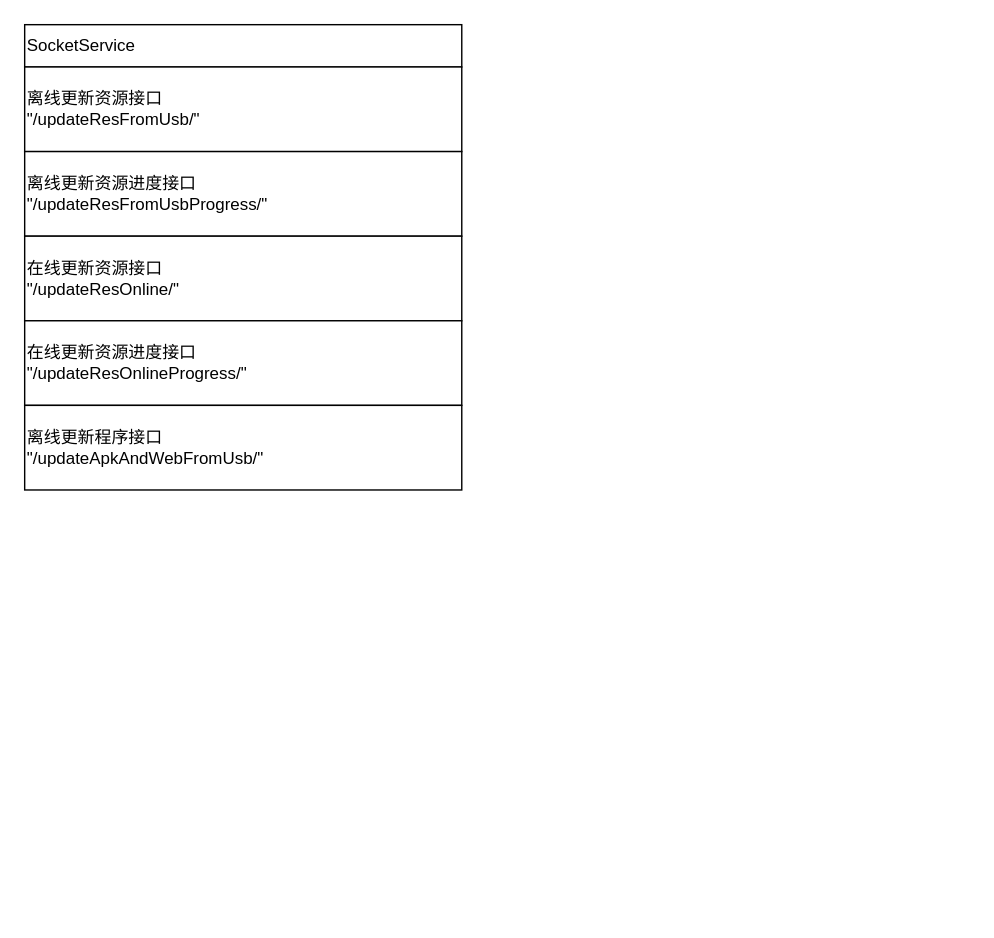
Earlier version of the draw.io diagram zyb-update.drawio (caozhongqin/diagrams.net). Source tidied: cells renumbered, new cells numbered last; positions are measured from the earlier drawing's top-left corner, leaving out a move shared by most shapes. Both pictures are drawn from the tidied source at 141%, with x=0, y=0 at pixel (24, 24).
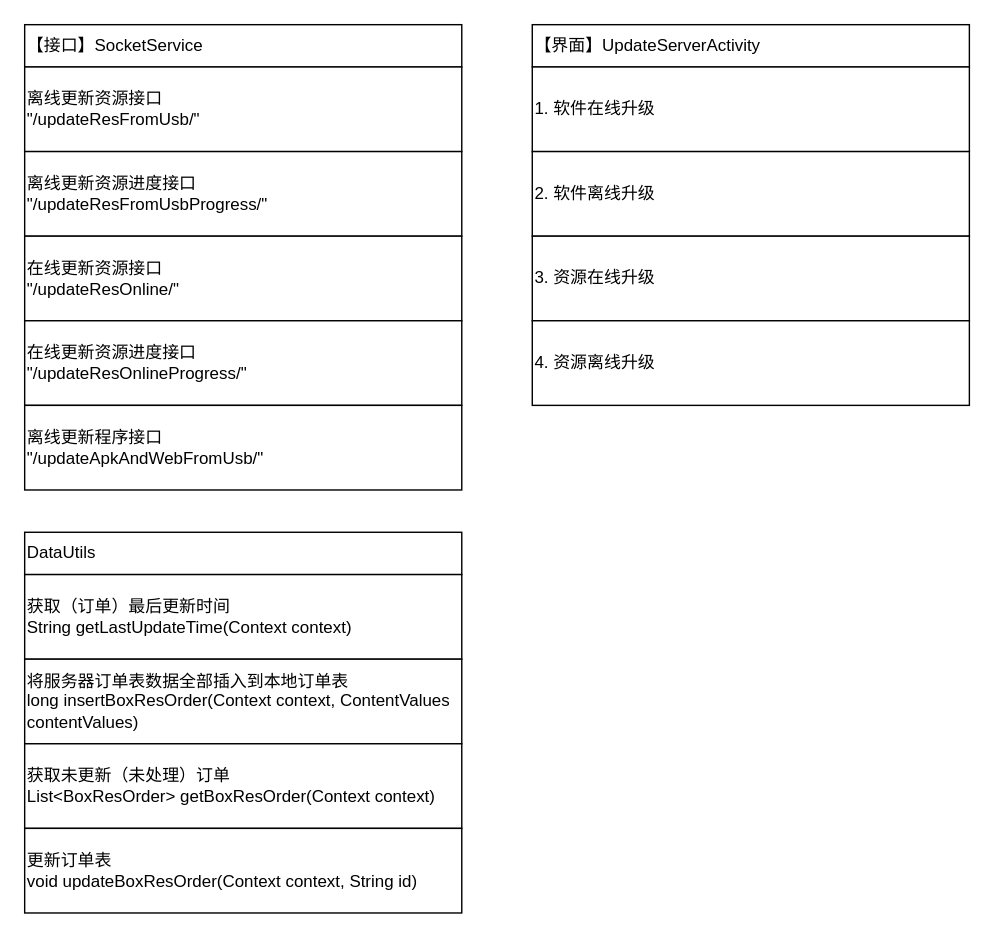
After the change.

Unchanged cells that the change refers to:
```xml
<mxCell id="2" style="group;" parent="1" vertex="1">
  <mxGeometry width="310" height="330" as="geometry" />
</mxCell>
```

Change to the diagram source:
```diff
@@
-    <mxCell id="3" value="SocketService" style="rounded=0;whiteSpace=wrap;html=1;align=left;" parent="2" vertex="1">
+    <mxCell id="3" value="【接口】SocketService" style="rounded=0;whiteSpace=wrap;html=1;align=left;" parent="2" vertex="1">
       <mxGeometry width="310" height="30" as="geometry" />
     </mxCell>
@@
+    <mxCell id="9" style="group;" parent="1" vertex="1">
+      <mxGeometry y="360" width="310" height="270" as="geometry" />
+    </mxCell>
+    <mxCell id="10" value="DataUtils" style="rounded=0;whiteSpace=wrap;html=1;align=left;" parent="9" vertex="1">
+      <mxGeometry width="310" height="30" as="geometry" />
+    </mxCell>
+    <mxCell id="11" value="获取（订单）最后更新时间&lt;br&gt;String getLastUpdateTime(Context context)" style="rounded=0;whiteSpace=wrap;html=1;align=left;" parent="9" vertex="1">
+      <mxGeometry y="30" width="310" height="60" as="geometry" />
+    </mxCell>
+    <mxCell id="12" value="将服务器订单表数据全部插入到本地订单表&lt;br&gt;long insertBoxResOrder(Context context, ContentValues contentValues)" style="rounded=0;whiteSpace=wrap;html=1;align=left;" parent="9" vertex="1">
+      <mxGeometry y="90" width="310" height="60" as="geometry" />
+    </mxCell>
+    <mxCell id="13" value="获取未更新（未处理）订单&lt;br&gt;List&amp;lt;BoxResOrder&amp;gt; getBoxResOrder(Context context)" style="rounded=0;whiteSpace=wrap;html=1;align=left;" parent="9" vertex="1">
+      <mxGeometry y="150" width="310" height="60" as="geometry" />
+    </mxCell>
+    <mxCell id="14" value="更新订单表&lt;br&gt;void updateBoxResOrder(Context context, String id)" style="rounded=0;whiteSpace=wrap;html=1;align=left;" parent="9" vertex="1">
+      <mxGeometry y="210" width="310" height="60" as="geometry" />
+    </mxCell>
+    <mxCell id="15" style="group;" parent="1" vertex="1">
+      <mxGeometry x="360" width="310" height="270" as="geometry" />
+    </mxCell>
+    <mxCell id="16" value="【界面】UpdateServerActivity" style="rounded=0;whiteSpace=wrap;html=1;align=left;" parent="15" vertex="1">
+      <mxGeometry width="310" height="30" as="geometry" />
+    </mxCell>
+    <mxCell id="17" value="1. 软件在线升级" style="rounded=0;whiteSpace=wrap;html=1;align=left;" parent="15" vertex="1">
+      <mxGeometry y="30" width="310" height="60" as="geometry" />
+    </mxCell>
+    <mxCell id="18" value="2. 软件离线升级" style="rounded=0;whiteSpace=wrap;html=1;align=left;" parent="15" vertex="1">
+      <mxGeometry y="90" width="310" height="60" as="geometry" />
+    </mxCell>
+    <mxCell id="19" value="3. 资源在线升级" style="rounded=0;whiteSpace=wrap;html=1;align=left;" parent="15" vertex="1">
+      <mxGeometry y="150" width="310" height="60" as="geometry" />
+    </mxCell>
+    <mxCell id="20" value="4. 资源离线升级" style="rounded=0;whiteSpace=wrap;html=1;align=left;" parent="15" vertex="1">
+      <mxGeometry y="210" width="310" height="60" as="geometry" />
+    </mxCell>
```
